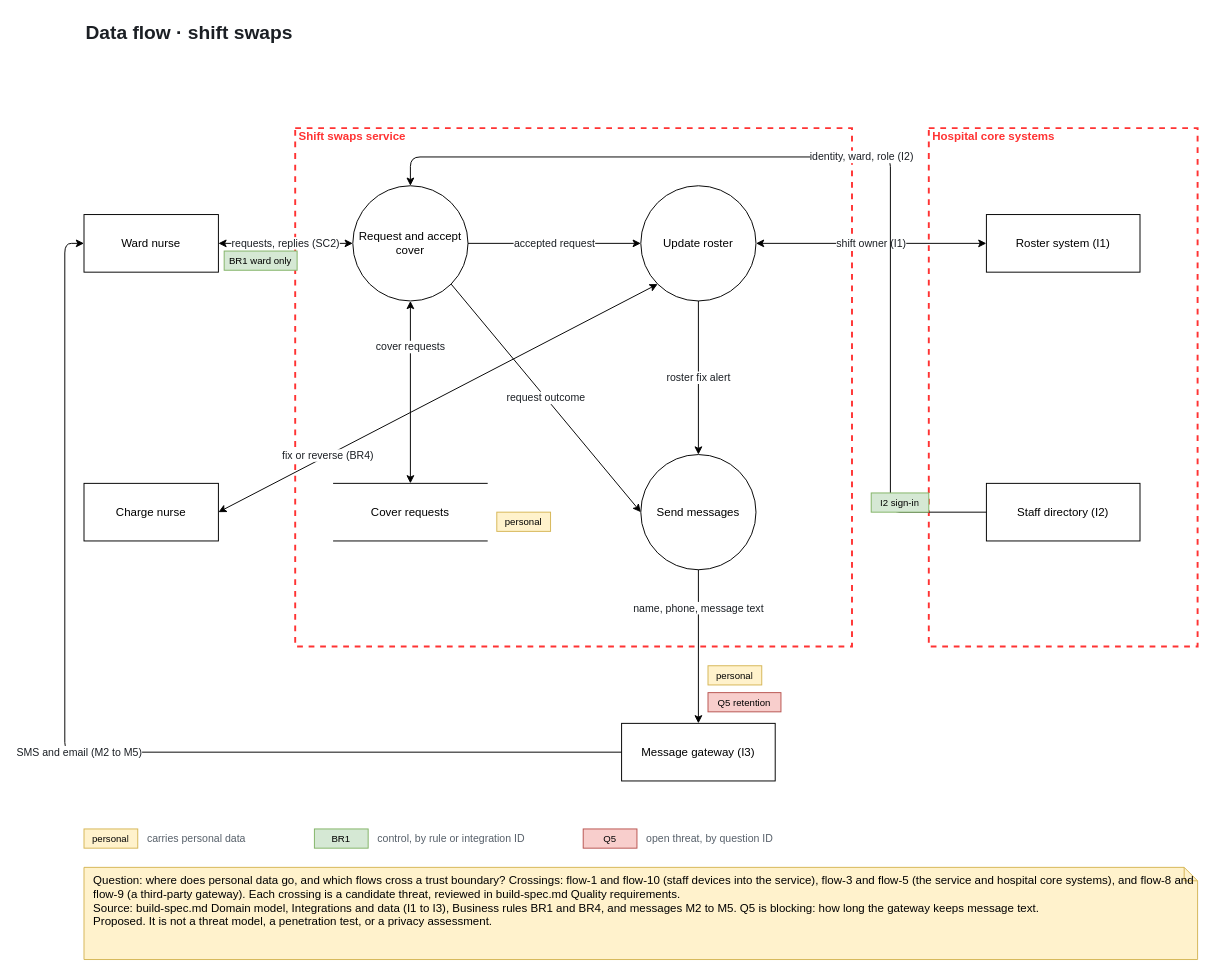
Earlier version of the draw.io diagram skills/dataflow-drawio/references/example.drawio (tuanpep/product-design). Source tidied: cells renumbered, new cells numbered last; positions are measured from the earlier drawing's top-left corner, leaving out a move shared by most shapes. Both pictures are drawn from the tidied source at 96%, with x=0, y=0 at pixel (64, 16).
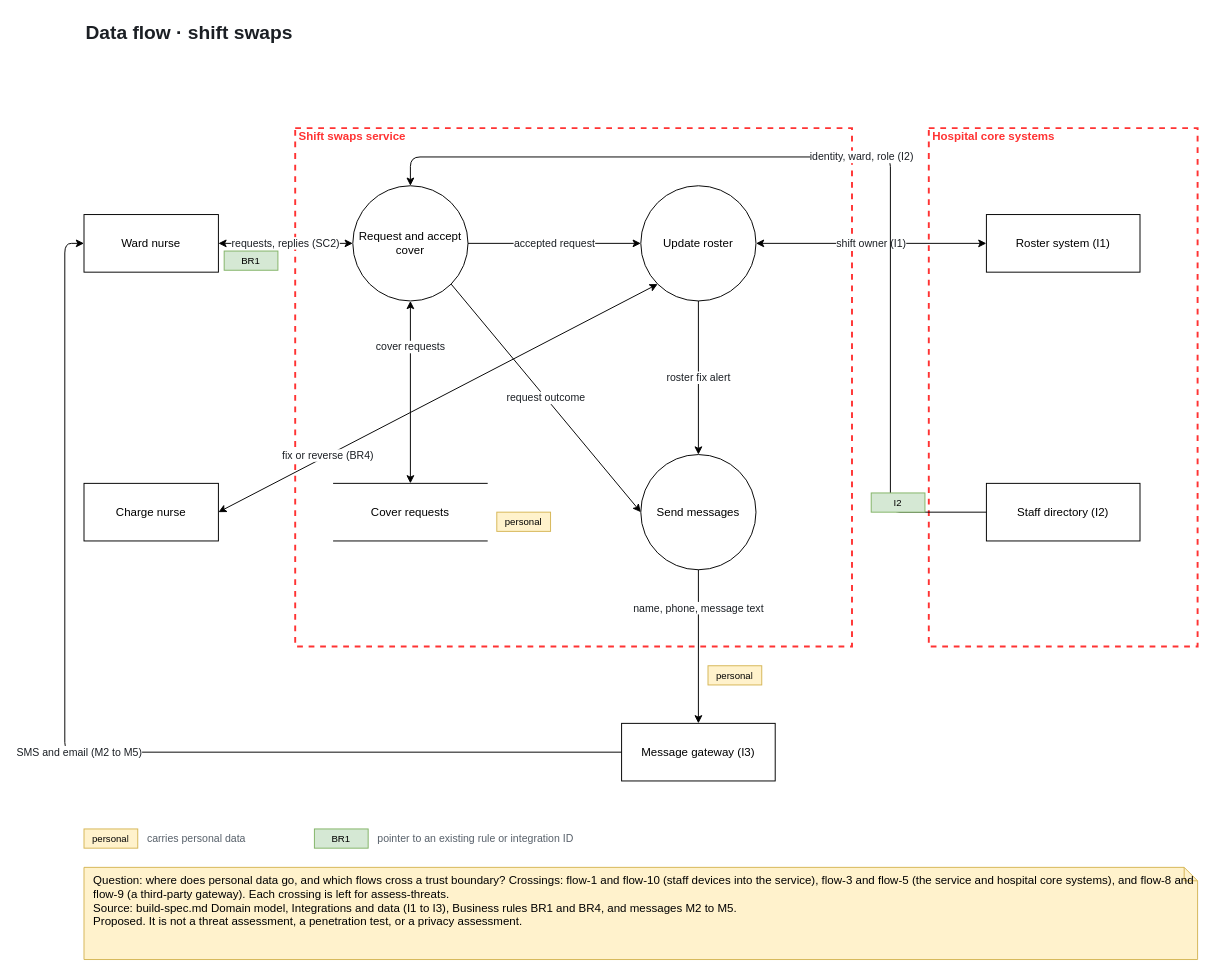
The same diagram, later.

Change to the diagram source:
```diff
@@
-    <mxCell id="24" value="BR1 ward only" style="text;html=1;strokeColor=#82b366;fillColor=#d5e8d4;align=center;verticalAlign=middle;whiteSpace=wrap;overflow=hidden;fontSize=10;" parent="1" vertex="1">
-      <mxGeometry x="166" y="244" width="76" height="20" as="geometry" />
+    <mxCell id="24" value="BR1" style="text;html=1;strokeColor=#82b366;fillColor=#d5e8d4;align=center;verticalAlign=middle;whiteSpace=wrap;overflow=hidden;fontSize=10;" parent="1" vertex="1">
+      <mxGeometry x="166" y="244" width="56" height="20" as="geometry" />
     </mxCell>
@@
-    <mxCell id="27" value="Q5 retention" style="text;html=1;strokeColor=#b85450;fillColor=#f8cecc;align=center;verticalAlign=middle;whiteSpace=wrap;overflow=hidden;fontSize=10;" parent="1" vertex="1">
-      <mxGeometry x="670" y="704" width="76" height="20" as="geometry" />
-    </mxCell>
-    <mxCell id="28" value="I2 sign-in" style="text;html=1;strokeColor=#82b366;fillColor=#d5e8d4;align=center;verticalAlign=middle;whiteSpace=wrap;overflow=hidden;fontSize=10;" parent="1" vertex="1">
-      <mxGeometry x="840" y="496" width="60" height="20" as="geometry" />
+    <mxCell id="28" value="I2" style="text;html=1;strokeColor=#82b366;fillColor=#d5e8d4;align=center;verticalAlign=middle;whiteSpace=wrap;overflow=hidden;fontSize=10;" parent="1" vertex="1">
+      <mxGeometry x="840" y="496" width="56" height="20" as="geometry" />
     </mxCell>
@@
-    <mxCell id="32" value="control, by rule or integration ID" style="text;html=1;strokeColor=none;fillColor=none;align=left;verticalAlign=middle;fontSize=11;fontColor=#57606a;" parent="1" vertex="1">
-      <mxGeometry x="324" y="846" width="200" height="20" as="geometry" />
+    <mxCell id="32" value="pointer to an existing rule or integration ID" style="text;html=1;strokeColor=none;fillColor=none;align=left;verticalAlign=middle;fontSize=11;fontColor=#57606a;" parent="1" vertex="1">
+      <mxGeometry x="324" y="846" width="280" height="20" as="geometry" />
     </mxCell>
-    <mxCell id="33" value="Q5" style="text;html=1;strokeColor=#b85450;fillColor=#f8cecc;align=center;verticalAlign=middle;whiteSpace=wrap;overflow=hidden;fontSize=10;" parent="1" vertex="1">
-      <mxGeometry x="540" y="846" width="56" height="20" as="geometry" />
-    </mxCell>
-    <mxCell id="34" value="open threat, by question ID" style="text;html=1;strokeColor=none;fillColor=none;align=left;verticalAlign=middle;fontSize=11;fontColor=#57606a;" parent="1" vertex="1">
-      <mxGeometry x="604" y="846" width="200" height="20" as="geometry" />
-    </mxCell>
-    <mxCell id="35" value="Question: where does personal data go, and which flows cross a trust boundary? Crossings: flow-1 and flow-10 (staff devices into the service), flow-3 and flow-5 (the service and hospital core systems), and flow-8 and flow-9 (a third-party gateway). Each crossing is a candidate threat, reviewed in build-spec.md Quality requirements.&lt;br&gt;Source: build-spec.md Domain model, Integrations and data (I1 to I3), Business rules BR1 and BR4, and messages M2 to M5. Q5 is blocking: how long the gateway keeps message text.&lt;br&gt;Proposed. It is not a threat model, a penetration test, or a privacy assessment." style="shape=note;whiteSpace=wrap;html=1;size=14;fillColor=#fff2cc;strokeColor=#d6b656;align=left;spacingLeft=8;verticalAlign=top;fontSize=12;" parent="1" vertex="1">
+    <mxCell id="35" value="Question: where does personal data go, and which flows cross a trust boundary? Crossings: flow-1 and flow-10 (staff devices into the service), flow-3 and flow-5 (the service and hospital core systems), and flow-8 and flow-9 (a third-party gateway). Each crossing is left for assess-threats.&lt;br&gt;Source: build-spec.md Domain model, Integrations and data (I1 to I3), Business rules BR1 and BR4, and messages M2 to M5.&lt;br&gt;Proposed. It is not a threat assessment, a penetration test, or a privacy assessment." style="shape=note;whiteSpace=wrap;html=1;size=14;fillColor=#fff2cc;strokeColor=#d6b656;align=left;spacingLeft=8;verticalAlign=top;fontSize=12;" parent="1" vertex="1">
       <mxGeometry x="20" y="886" width="1160" height="96" as="geometry" />
     </mxCell>
```
